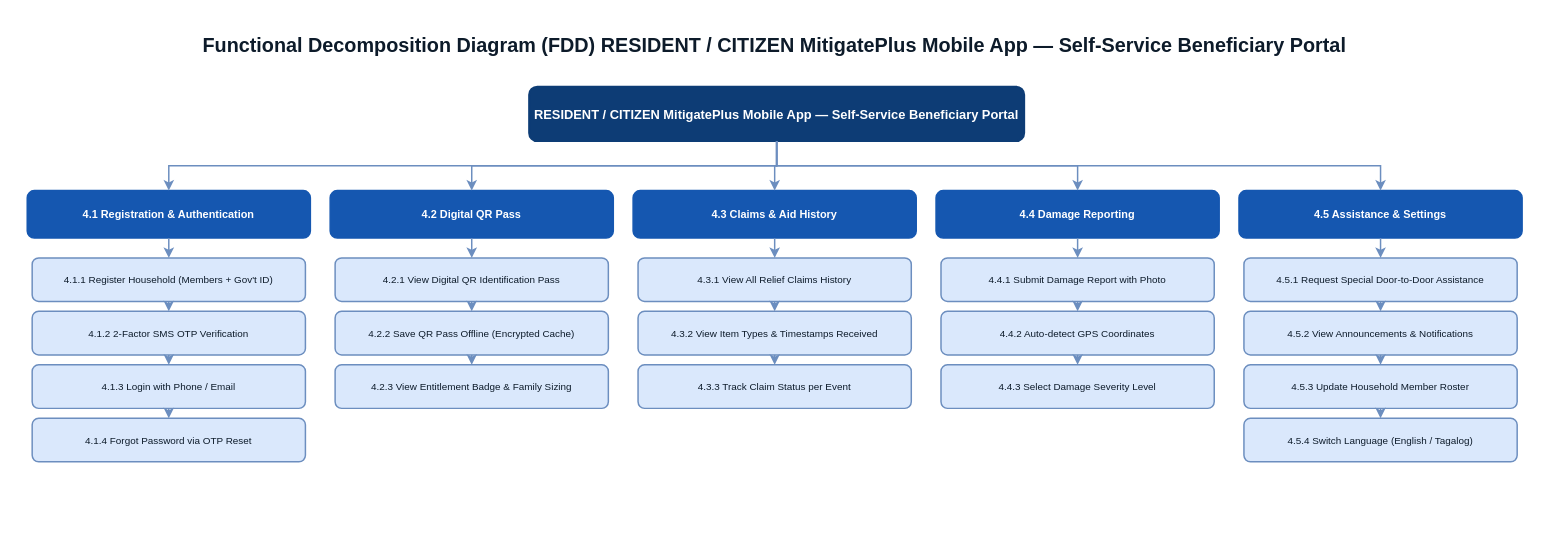
The draw.io diagram MitigatePlus_Capstone_Diagrams/03d_FDD_Resident.drawio in ellicaonggoco/Post-MitigatePlus, before the edit. Source tidied: cells renumbered, new cells numbered last; positions are measured from the earlier drawing's top-left corner, leaving out a move shared by most shapes. Both pictures are drawn from the tidied source at 99%, with x=0, y=0 at pixel (17, 17).
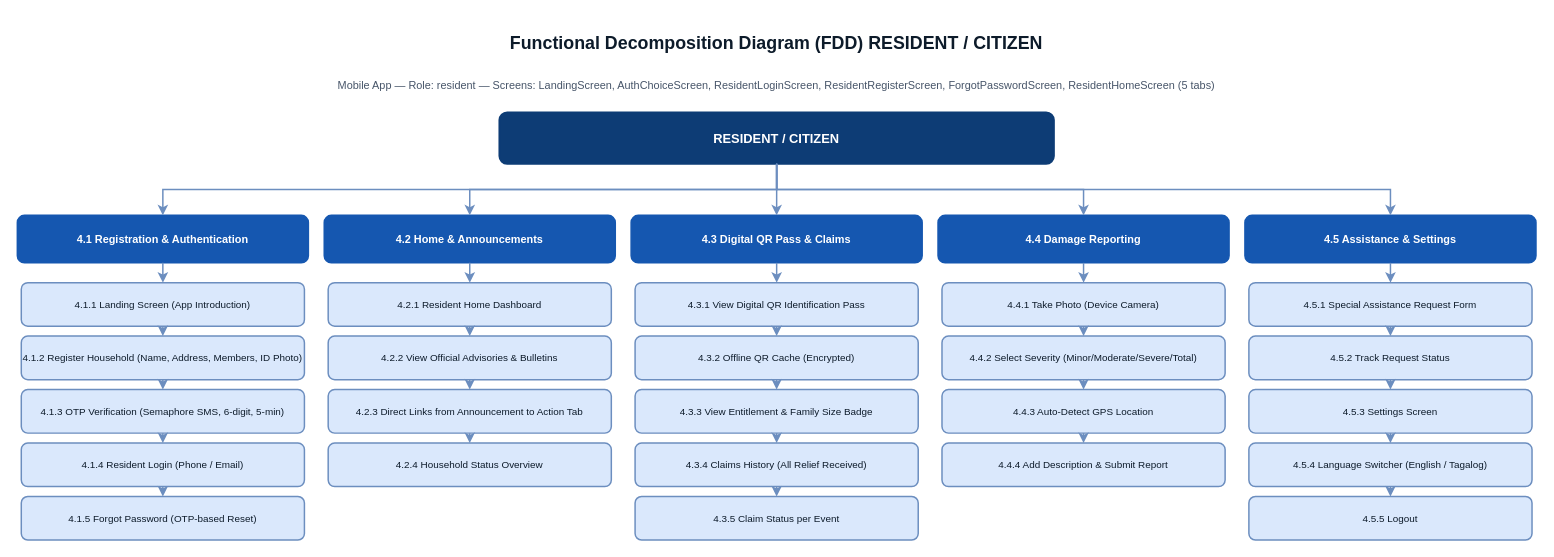
The same page after the edit.

Commit message (it also covers changes not shown here):
docs(diagrams): v4 complete - 100% source-verified against all routes, screens, models - all 11 diagrams rebuilt with full feature coverage

Change to the diagram source:
```diff
@@
-    <mxCell id="2" value="Functional Decomposition Diagram (FDD) RESIDENT / CITIZEN MitigatePlus Mobile App — Self-Service Beneficiary Portal" style="text;html=0;strokeColor=none;fillColor=none;align=center;verticalAlign=middle;whiteSpace=wrap;fontSize=20;fontStyle=1;fontColor=#0D1B2A;" parent="1" vertex="1">
-      <mxGeometry width="1530" height="55" as="geometry" />
+    <mxCell id="2" value="Functional Decomposition Diagram (FDD) RESIDENT / CITIZEN" style="text;html=0;strokeColor=none;fillColor=none;align=center;verticalAlign=middle;whiteSpace=wrap;fontSize=18;fontStyle=1;fontColor=#0D1B2A;" parent="1" vertex="1">
+      <mxGeometry width="1534" height="52" as="geometry" />
     </mxCell>
+    <mxCell id="48" value="Mobile App — Role: resident — Screens: LandingScreen, AuthChoiceScreen, ResidentLoginScreen, ResidentRegisterScreen, ForgotPasswordScreen, ResidentHomeScreen (5 tabs)" style="text;html=0;strokeColor=none;fillColor=none;align=center;verticalAlign=middle;whiteSpace=wrap;fontSize=11;fontColor=#475569;" parent="1" vertex="1">
+      <mxGeometry y="54" width="1534" height="30" as="geometry" />
+    </mxCell>
-    <mxCell id="3" value="RESIDENT / CITIZEN MitigatePlus Mobile App — Self-Service Beneficiary Portal" style="rounded=1;whiteSpace=wrap;html=0;fillColor=#0D3C75;strokeColor=#0D3C75;strokeWidth=2;fontSize=13;fontStyle=1;fontColor=#FFFFFF;" parent="1" vertex="1">
-      <mxGeometry x="517" y="70" width="500" height="55" as="geometry" />
+    <mxCell id="3" value="RESIDENT / CITIZEN" style="rounded=1;whiteSpace=wrap;html=0;fillColor=#0D3C75;strokeColor=#0D3C75;strokeWidth=2;fontSize=13;fontStyle=1;fontColor=#FFFFFF;" parent="1" vertex="1">
+      <mxGeometry x="487" y="96" width="560" height="52" as="geometry" />
     </mxCell>
     <mxCell id="4" value="4.1 Registration &amp; Authentication" style="rounded=1;whiteSpace=wrap;html=0;fillColor=#1557B0;strokeColor=#1557B0;strokeWidth=1.5;fontSize=11;fontStyle=1;fontColor=#FFFFFF;" parent="1" vertex="1">
-      <mxGeometry x="10" y="175" width="286" height="48" as="geometry" />
+      <mxGeometry y="200" width="294" height="48" as="geometry" />
     </mxCell>
@@
-    <mxCell id="6" value="4.1.1 Register Household (Members + Gov't ID)" style="rounded=1;whiteSpace=wrap;html=0;fillColor=#DAE8FC;strokeColor=#6C8EBF;strokeWidth=1.5;fontSize=10;fontColor=#0D1B2A;" parent="1" vertex="1">
-      <mxGeometry x="15" y="243" width="276" height="44" as="geometry" />
+    <mxCell id="6" value="4.1.1 Landing Screen (App Introduction)" style="rounded=1;whiteSpace=wrap;html=0;fillColor=#DAE8FC;strokeColor=#6C8EBF;strokeWidth=1.5;fontSize=10;fontColor=#0D1B2A;" parent="1" vertex="1">
+      <mxGeometry x="4" y="268" width="286" height="44" as="geometry" />
     </mxCell>
@@
-    <mxCell id="8" value="4.1.2 2-Factor SMS OTP Verification" style="rounded=1;whiteSpace=wrap;html=0;fillColor=#DAE8FC;strokeColor=#6C8EBF;strokeWidth=1.5;fontSize=10;fontColor=#0D1B2A;" parent="1" vertex="1">
-      <mxGeometry x="15" y="297" width="276" height="44" as="geometry" />
+    <mxCell id="8" value="4.1.2 Register Household (Name, Address, Members, ID Photo)" style="rounded=1;whiteSpace=wrap;html=0;fillColor=#DAE8FC;strokeColor=#6C8EBF;strokeWidth=1.5;fontSize=10;fontColor=#0D1B2A;" parent="1" vertex="1">
+      <mxGeometry x="4" y="322" width="286" height="44" as="geometry" />
     </mxCell>
@@
-    <mxCell id="10" value="4.1.3 Login with Phone / Email" style="rounded=1;whiteSpace=wrap;html=0;fillColor=#DAE8FC;strokeColor=#6C8EBF;strokeWidth=1.5;fontSize=10;fontColor=#0D1B2A;" parent="1" vertex="1">
-      <mxGeometry x="15" y="351" width="276" height="44" as="geometry" />
+    <mxCell id="10" value="4.1.3 OTP Verification (Semaphore SMS, 6-digit, 5-min)" style="rounded=1;whiteSpace=wrap;html=0;fillColor=#DAE8FC;strokeColor=#6C8EBF;strokeWidth=1.5;fontSize=10;fontColor=#0D1B2A;" parent="1" vertex="1">
+      <mxGeometry x="4" y="376" width="286" height="44" as="geometry" />
     </mxCell>
@@
-    <mxCell id="12" value="4.1.4 Forgot Password via OTP Reset" style="rounded=1;whiteSpace=wrap;html=0;fillColor=#DAE8FC;strokeColor=#6C8EBF;strokeWidth=1.5;fontSize=10;fontColor=#0D1B2A;" parent="1" vertex="1">
-      <mxGeometry x="15" y="405" width="276" height="44" as="geometry" />
+    <mxCell id="12" value="4.1.4 Resident Login (Phone / Email)" style="rounded=1;whiteSpace=wrap;html=0;fillColor=#DAE8FC;strokeColor=#6C8EBF;strokeWidth=1.5;fontSize=10;fontColor=#0D1B2A;" parent="1" vertex="1">
+      <mxGeometry x="4" y="430" width="286" height="44" as="geometry" />
     </mxCell>
@@
+    <mxCell id="49" value="4.1.5 Forgot Password (OTP-based Reset)" style="rounded=1;whiteSpace=wrap;html=0;fillColor=#DAE8FC;strokeColor=#6C8EBF;strokeWidth=1.5;fontSize=10;fontColor=#0D1B2A;" parent="1" vertex="1">
+      <mxGeometry x="4" y="484" width="286" height="44" as="geometry" />
+    </mxCell>
+    <mxCell id="50" style="edgeStyle=orthogonalEdgeStyle;rounded=0;html=1;strokeWidth=1.5;strokeColor=#6C8EBF;exitX=0.5;exitY=1;entryX=0.5;entryY=0;" parent="1" edge="1" source="12" target="49">
+      <mxGeometry relative="1" as="geometry" />
+    </mxCell>
-    <mxCell id="14" value="4.2 Digital QR Pass" style="rounded=1;whiteSpace=wrap;html=0;fillColor=#1557B0;strokeColor=#1557B0;strokeWidth=1.5;fontSize=11;fontStyle=1;fontColor=#FFFFFF;" parent="1" vertex="1">
-      <mxGeometry x="316" y="175" width="286" height="48" as="geometry" />
+    <mxCell id="14" value="4.2 Home &amp; Announcements" style="rounded=1;whiteSpace=wrap;html=0;fillColor=#1557B0;strokeColor=#1557B0;strokeWidth=1.5;fontSize=11;fontStyle=1;fontColor=#FFFFFF;" parent="1" vertex="1">
+      <mxGeometry x="310" y="200" width="294" height="48" as="geometry" />
     </mxCell>
@@
-    <mxCell id="16" value="4.2.1 View Digital QR Identification Pass" style="rounded=1;whiteSpace=wrap;html=0;fillColor=#DAE8FC;strokeColor=#6C8EBF;strokeWidth=1.5;fontSize=10;fontColor=#0D1B2A;" parent="1" vertex="1">
-      <mxGeometry x="321" y="243" width="276" height="44" as="geometry" />
+    <mxCell id="16" value="4.2.1 Resident Home Dashboard" style="rounded=1;whiteSpace=wrap;html=0;fillColor=#DAE8FC;strokeColor=#6C8EBF;strokeWidth=1.5;fontSize=10;fontColor=#0D1B2A;" parent="1" vertex="1">
+      <mxGeometry x="314" y="268" width="286" height="44" as="geometry" />
     </mxCell>
@@
-    <mxCell id="18" value="4.2.2 Save QR Pass Offline (Encrypted Cache)" style="rounded=1;whiteSpace=wrap;html=0;fillColor=#DAE8FC;strokeColor=#6C8EBF;strokeWidth=1.5;fontSize=10;fontColor=#0D1B2A;" parent="1" vertex="1">
-      <mxGeometry x="321" y="297" width="276" height="44" as="geometry" />
+    <mxCell id="18" value="4.2.2 View Official Advisories &amp; Bulletins" style="rounded=1;whiteSpace=wrap;html=0;fillColor=#DAE8FC;strokeColor=#6C8EBF;strokeWidth=1.5;fontSize=10;fontColor=#0D1B2A;" parent="1" vertex="1">
+      <mxGeometry x="314" y="322" width="286" height="44" as="geometry" />
     </mxCell>
@@
-    <mxCell id="20" value="4.2.3 View Entitlement Badge &amp; Family Sizing" style="rounded=1;whiteSpace=wrap;html=0;fillColor=#DAE8FC;strokeColor=#6C8EBF;strokeWidth=1.5;fontSize=10;fontColor=#0D1B2A;" parent="1" vertex="1">
-      <mxGeometry x="321" y="351" width="276" height="44" as="geometry" />
+    <mxCell id="20" value="4.2.3 Direct Links from Announcement to Action Tab" style="rounded=1;whiteSpace=wrap;html=0;fillColor=#DAE8FC;strokeColor=#6C8EBF;strokeWidth=1.5;fontSize=10;fontColor=#0D1B2A;" parent="1" vertex="1">
+      <mxGeometry x="314" y="376" width="286" height="44" as="geometry" />
     </mxCell>
@@
+    <mxCell id="51" value="4.2.4 Household Status Overview" style="rounded=1;whiteSpace=wrap;html=0;fillColor=#DAE8FC;strokeColor=#6C8EBF;strokeWidth=1.5;fontSize=10;fontColor=#0D1B2A;" parent="1" vertex="1">
+      <mxGeometry x="314" y="430" width="286" height="44" as="geometry" />
+    </mxCell>
+    <mxCell id="52" style="edgeStyle=orthogonalEdgeStyle;rounded=0;html=1;strokeWidth=1.5;strokeColor=#6C8EBF;exitX=0.5;exitY=1;entryX=0.5;entryY=0;" parent="1" edge="1" source="20" target="51">
+      <mxGeometry relative="1" as="geometry" />
+    </mxCell>
-    <mxCell id="22" value="4.3 Claims &amp; Aid History" style="rounded=1;whiteSpace=wrap;html=0;fillColor=#1557B0;strokeColor=#1557B0;strokeWidth=1.5;fontSize=11;fontStyle=1;fontColor=#FFFFFF;" parent="1" vertex="1">
-      <mxGeometry x="622" y="175" width="286" height="48" as="geometry" />
+    <mxCell id="22" value="4.3 Digital QR Pass &amp; Claims" style="rounded=1;whiteSpace=wrap;html=0;fillColor=#1557B0;strokeColor=#1557B0;strokeWidth=1.5;fontSize=11;fontStyle=1;fontColor=#FFFFFF;" parent="1" vertex="1">
+      <mxGeometry x="620" y="200" width="294" height="48" as="geometry" />
     </mxCell>
@@
-    <mxCell id="24" value="4.3.1 View All Relief Claims History" style="rounded=1;whiteSpace=wrap;html=0;fillColor=#DAE8FC;strokeColor=#6C8EBF;strokeWidth=1.5;fontSize=10;fontColor=#0D1B2A;" parent="1" vertex="1">
-      <mxGeometry x="627" y="243" width="276" height="44" as="geometry" />
+    <mxCell id="24" value="4.3.1 View Digital QR Identification Pass" style="rounded=1;whiteSpace=wrap;html=0;fillColor=#DAE8FC;strokeColor=#6C8EBF;strokeWidth=1.5;fontSize=10;fontColor=#0D1B2A;" parent="1" vertex="1">
+      <mxGeometry x="624" y="268" width="286" height="44" as="geometry" />
     </mxCell>
@@
-    <mxCell id="26" value="4.3.2 View Item Types &amp; Timestamps Received" style="rounded=1;whiteSpace=wrap;html=0;fillColor=#DAE8FC;strokeColor=#6C8EBF;strokeWidth=1.5;fontSize=10;fontColor=#0D1B2A;" parent="1" vertex="1">
-      <mxGeometry x="627" y="297" width="276" height="44" as="geometry" />
+    <mxCell id="26" value="4.3.2 Offline QR Cache (Encrypted)" style="rounded=1;whiteSpace=wrap;html=0;fillColor=#DAE8FC;strokeColor=#6C8EBF;strokeWidth=1.5;fontSize=10;fontColor=#0D1B2A;" parent="1" vertex="1">
+      <mxGeometry x="624" y="322" width="286" height="44" as="geometry" />
     </mxCell>
@@
-    <mxCell id="28" value="4.3.3 Track Claim Status per Event" style="rounded=1;whiteSpace=wrap;html=0;fillColor=#DAE8FC;strokeColor=#6C8EBF;strokeWidth=1.5;fontSize=10;fontColor=#0D1B2A;" parent="1" vertex="1">
-      <mxGeometry x="627" y="351" width="276" height="44" as="geometry" />
+    <mxCell id="28" value="4.3.3 View Entitlement &amp; Family Size Badge" style="rounded=1;whiteSpace=wrap;html=0;fillColor=#DAE8FC;strokeColor=#6C8EBF;strokeWidth=1.5;fontSize=10;fontColor=#0D1B2A;" parent="1" vertex="1">
+      <mxGeometry x="624" y="376" width="286" height="44" as="geometry" />
     </mxCell>
@@
+    <mxCell id="53" value="4.3.4 Claims History (All Relief Received)" style="rounded=1;whiteSpace=wrap;html=0;fillColor=#DAE8FC;strokeColor=#6C8EBF;strokeWidth=1.5;fontSize=10;fontColor=#0D1B2A;" parent="1" vertex="1">
+      <mxGeometry x="624" y="430" width="286" height="44" as="geometry" />
+    </mxCell>
+    <mxCell id="54" style="edgeStyle=orthogonalEdgeStyle;rounded=0;html=1;strokeWidth=1.5;strokeColor=#6C8EBF;exitX=0.5;exitY=1;entryX=0.5;entryY=0;" parent="1" edge="1" source="28" target="53">
+      <mxGeometry relative="1" as="geometry" />
+    </mxCell>
+    <mxCell id="55" value="4.3.5 Claim Status per Event" style="rounded=1;whiteSpace=wrap;html=0;fillColor=#DAE8FC;strokeColor=#6C8EBF;strokeWidth=1.5;fontSize=10;fontColor=#0D1B2A;" parent="1" vertex="1">
+      <mxGeometry x="624" y="484" width="286" height="44" as="geometry" />
+    </mxCell>
+    <mxCell id="56" style="edgeStyle=orthogonalEdgeStyle;rounded=0;html=1;strokeWidth=1.5;strokeColor=#6C8EBF;exitX=0.5;exitY=1;entryX=0.5;entryY=0;" parent="1" edge="1" source="53" target="55">
+      <mxGeometry relative="1" as="geometry" />
+    </mxCell>
     <mxCell id="30" value="4.4 Damage Reporting" style="rounded=1;whiteSpace=wrap;html=0;fillColor=#1557B0;strokeColor=#1557B0;strokeWidth=1.5;fontSize=11;fontStyle=1;fontColor=#FFFFFF;" parent="1" vertex="1">
-      <mxGeometry x="928" y="175" width="286" height="48" as="geometry" />
+      <mxGeometry x="930" y="200" width="294" height="48" as="geometry" />
     </mxCell>
@@
-    <mxCell id="32" value="4.4.1 Submit Damage Report with Photo" style="rounded=1;whiteSpace=wrap;html=0;fillColor=#DAE8FC;strokeColor=#6C8EBF;strokeWidth=1.5;fontSize=10;fontColor=#0D1B2A;" parent="1" vertex="1">
-      <mxGeometry x="933" y="243" width="276" height="44" as="geometry" />
+    <mxCell id="32" value="4.4.1 Take Photo (Device Camera)" style="rounded=1;whiteSpace=wrap;html=0;fillColor=#DAE8FC;strokeColor=#6C8EBF;strokeWidth=1.5;fontSize=10;fontColor=#0D1B2A;" parent="1" vertex="1">
+      <mxGeometry x="934" y="268" width="286" height="44" as="geometry" />
     </mxCell>
@@
-    <mxCell id="34" value="4.4.2 Auto-detect GPS Coordinates" style="rounded=1;whiteSpace=wrap;html=0;fillColor=#DAE8FC;strokeColor=#6C8EBF;strokeWidth=1.5;fontSize=10;fontColor=#0D1B2A;" parent="1" vertex="1">
-      <mxGeometry x="933" y="297" width="276" height="44" as="geometry" />
+    <mxCell id="34" value="4.4.2 Select Severity (Minor/Moderate/Severe/Total)" style="rounded=1;whiteSpace=wrap;html=0;fillColor=#DAE8FC;strokeColor=#6C8EBF;strokeWidth=1.5;fontSize=10;fontColor=#0D1B2A;" parent="1" vertex="1">
+      <mxGeometry x="934" y="322" width="286" height="44" as="geometry" />
     </mxCell>
@@
-    <mxCell id="36" value="4.4.3 Select Damage Severity Level" style="rounded=1;whiteSpace=wrap;html=0;fillColor=#DAE8FC;strokeColor=#6C8EBF;strokeWidth=1.5;fontSize=10;fontColor=#0D1B2A;" parent="1" vertex="1">
-      <mxGeometry x="933" y="351" width="276" height="44" as="geometry" />
+    <mxCell id="36" value="4.4.3 Auto-Detect GPS Location" style="rounded=1;whiteSpace=wrap;html=0;fillColor=#DAE8FC;strokeColor=#6C8EBF;strokeWidth=1.5;fontSize=10;fontColor=#0D1B2A;" parent="1" vertex="1">
+      <mxGeometry x="934" y="376" width="286" height="44" as="geometry" />
     </mxCell>
@@
+    <mxCell id="57" value="4.4.4 Add Description &amp; Submit Report" style="rounded=1;whiteSpace=wrap;html=0;fillColor=#DAE8FC;strokeColor=#6C8EBF;strokeWidth=1.5;fontSize=10;fontColor=#0D1B2A;" parent="1" vertex="1">
+      <mxGeometry x="934" y="430" width="286" height="44" as="geometry" />
+    </mxCell>
+    <mxCell id="58" style="edgeStyle=orthogonalEdgeStyle;rounded=0;html=1;strokeWidth=1.5;strokeColor=#6C8EBF;exitX=0.5;exitY=1;entryX=0.5;entryY=0;" parent="1" edge="1" source="36" target="57">
+      <mxGeometry relative="1" as="geometry" />
+    </mxCell>
     <mxCell id="38" value="4.5 Assistance &amp; Settings" style="rounded=1;whiteSpace=wrap;html=0;fillColor=#1557B0;strokeColor=#1557B0;strokeWidth=1.5;fontSize=11;fontStyle=1;fontColor=#FFFFFF;" parent="1" vertex="1">
-      <mxGeometry x="1234" y="175" width="286" height="48" as="geometry" />
+      <mxGeometry x="1240" y="200" width="294" height="48" as="geometry" />
     </mxCell>
@@
-    <mxCell id="40" value="4.5.1 Request Special Door-to-Door Assistance" style="rounded=1;whiteSpace=wrap;html=0;fillColor=#DAE8FC;strokeColor=#6C8EBF;strokeWidth=1.5;fontSize=10;fontColor=#0D1B2A;" parent="1" vertex="1">
-      <mxGeometry x="1239" y="243" width="276" height="44" as="geometry" />
+    <mxCell id="40" value="4.5.1 Special Assistance Request Form" style="rounded=1;whiteSpace=wrap;html=0;fillColor=#DAE8FC;strokeColor=#6C8EBF;strokeWidth=1.5;fontSize=10;fontColor=#0D1B2A;" parent="1" vertex="1">
+      <mxGeometry x="1244" y="268" width="286" height="44" as="geometry" />
     </mxCell>
@@
-    <mxCell id="42" value="4.5.2 View Announcements &amp; Notifications" style="rounded=1;whiteSpace=wrap;html=0;fillColor=#DAE8FC;strokeColor=#6C8EBF;strokeWidth=1.5;fontSize=10;fontColor=#0D1B2A;" parent="1" vertex="1">
-      <mxGeometry x="1239" y="297" width="276" height="44" as="geometry" />
+    <mxCell id="42" value="4.5.2 Track Request Status" style="rounded=1;whiteSpace=wrap;html=0;fillColor=#DAE8FC;strokeColor=#6C8EBF;strokeWidth=1.5;fontSize=10;fontColor=#0D1B2A;" parent="1" vertex="1">
+      <mxGeometry x="1244" y="322" width="286" height="44" as="geometry" />
     </mxCell>
@@
-    <mxCell id="44" value="4.5.3 Update Household Member Roster" style="rounded=1;whiteSpace=wrap;html=0;fillColor=#DAE8FC;strokeColor=#6C8EBF;strokeWidth=1.5;fontSize=10;fontColor=#0D1B2A;" parent="1" vertex="1">
-      <mxGeometry x="1239" y="351" width="276" height="44" as="geometry" />
+    <mxCell id="44" value="4.5.3 Settings Screen" style="rounded=1;whiteSpace=wrap;html=0;fillColor=#DAE8FC;strokeColor=#6C8EBF;strokeWidth=1.5;fontSize=10;fontColor=#0D1B2A;" parent="1" vertex="1">
+      <mxGeometry x="1244" y="376" width="286" height="44" as="geometry" />
     </mxCell>
@@
-    <mxCell id="46" value="4.5.4 Switch Language (English / Tagalog)" style="rounded=1;whiteSpace=wrap;html=0;fillColor=#DAE8FC;strokeColor=#6C8EBF;strokeWidth=1.5;fontSize=10;fontColor=#0D1B2A;" parent="1" vertex="1">
-      <mxGeometry x="1239" y="405" width="276" height="44" as="geometry" />
+    <mxCell id="46" value="4.5.4 Language Switcher (English / Tagalog)" style="rounded=1;whiteSpace=wrap;html=0;fillColor=#DAE8FC;strokeColor=#6C8EBF;strokeWidth=1.5;fontSize=10;fontColor=#0D1B2A;" parent="1" vertex="1">
+      <mxGeometry x="1244" y="430" width="286" height="44" as="geometry" />
     </mxCell>
@@
+    <mxCell id="59" value="4.5.5 Logout" style="rounded=1;whiteSpace=wrap;html=0;fillColor=#DAE8FC;strokeColor=#6C8EBF;strokeWidth=1.5;fontSize=10;fontColor=#0D1B2A;" parent="1" vertex="1">
+      <mxGeometry x="1244" y="484" width="286" height="44" as="geometry" />
+    </mxCell>
+    <mxCell id="60" style="edgeStyle=orthogonalEdgeStyle;rounded=0;html=1;strokeWidth=1.5;strokeColor=#6C8EBF;exitX=0.5;exitY=1;entryX=0.5;entryY=0;" parent="1" edge="1" source="46" target="59">
+      <mxGeometry relative="1" as="geometry" />
+    </mxCell>
```
